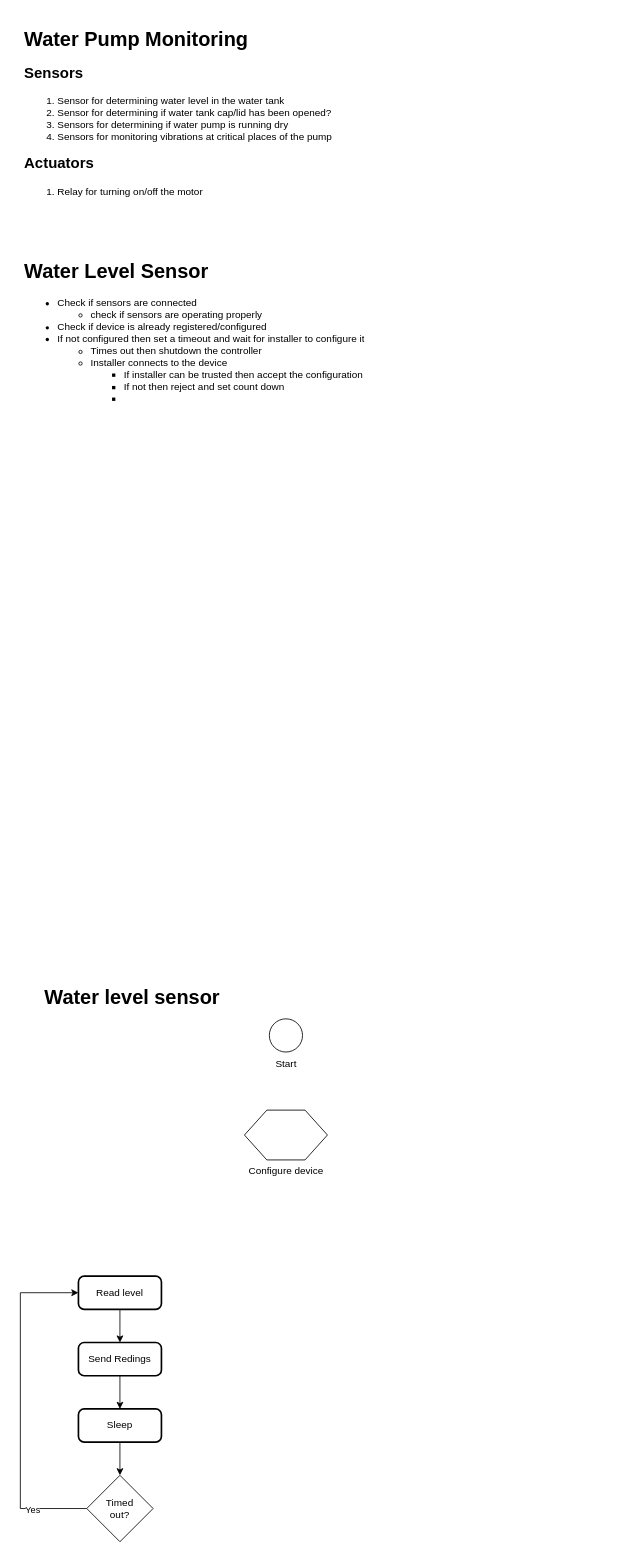
Earlier version of the draw.io diagram page "Overview" (1 of 2) of notes/WaterPumpMaintenance.drawio (aniruddhand/ciot-capstone). Source tidied: cells renumbered, new cells numbered last; positions are measured from the earlier drawing's top-left corner, leaving out a move shared by most shapes. Both pictures are drawn from the tidied source at 83%, with x=0, y=0 at pixel (20, 22).
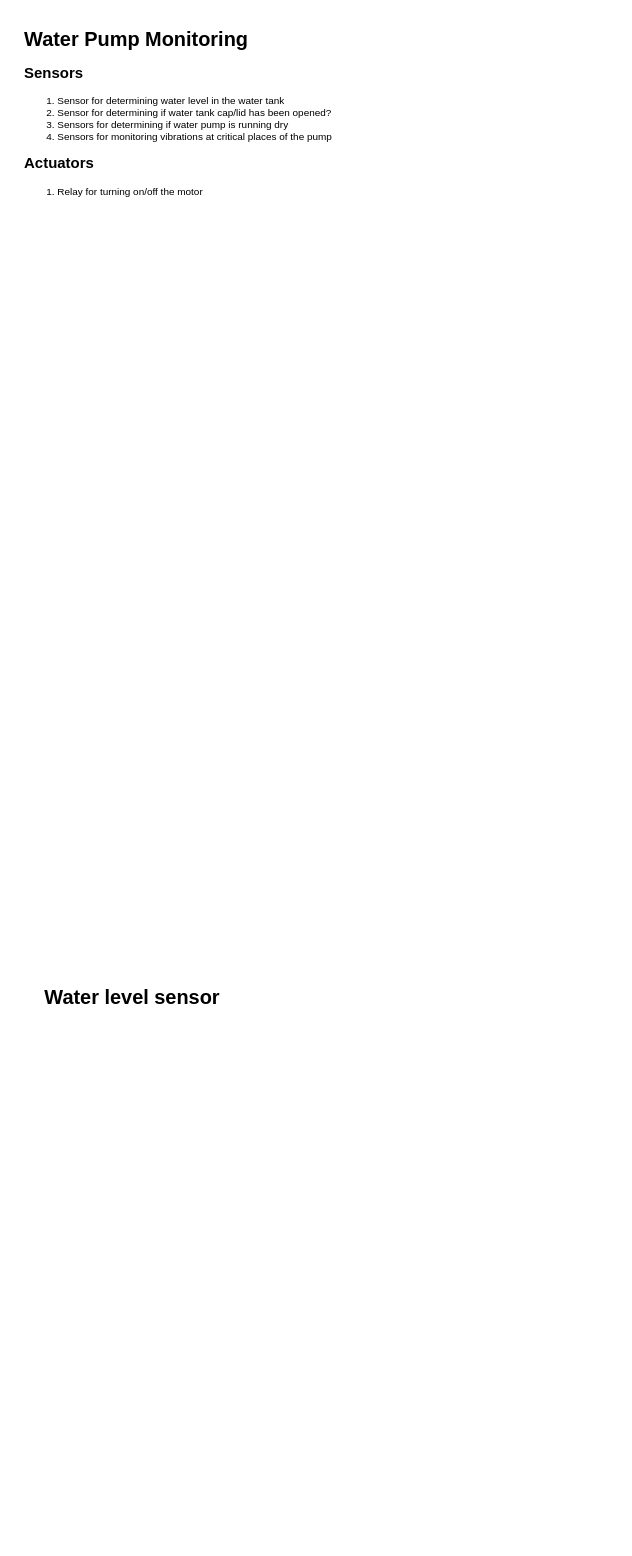
The same page after the edit.

The edit, as a diff of the source:
```diff
@@
 <mxGraphModel>
   <root>
     <mxCell id="0" />
     <mxCell id="1" parent="0" />
     <mxCell id="2" value="&lt;h1&gt;Water Pump Monitoring&lt;/h1&gt;&lt;div&gt;&lt;h2&gt;Sensors&lt;br&gt;&lt;/h2&gt;&lt;div&gt;&lt;ol&gt;&lt;li&gt;Sensor for determining water level in the water tank&lt;/li&gt;&lt;li&gt;Sensor for determining if water tank cap/lid has been opened?&lt;/li&gt;&lt;li&gt;Sensors for determining if water pump is running dry&lt;/li&gt;&lt;li&gt;Sensors for monitoring vibrations at critical places of the pump&lt;/li&gt;&lt;/ol&gt;&lt;div&gt;&lt;h2&gt;Actuators&lt;br&gt;&lt;/h2&gt;&lt;div&gt;&lt;ol&gt;&lt;li&gt;Relay for turning on/off the motor&lt;/li&gt;&lt;/ol&gt;&lt;/div&gt;&lt;/div&gt;&lt;/div&gt;&lt;/div&gt;" style="text;html=1;spacing=5;spacingTop=-20;whiteSpace=wrap;overflow=hidden;rounded=0;" parent="1" vertex="1">
       <mxGeometry width="530" height="230" as="geometry" />
     </mxCell>
-    <mxCell id="3" value="Start" style="verticalLabelPosition=bottom;verticalAlign=top;html=1;shape=mxgraph.flowchart.on-page_reference;" parent="1" vertex="1">
-      <mxGeometry x="300" y="1200" width="40" height="40" as="geometry" />
-    </mxCell>
     <mxCell id="4" value="&lt;h1&gt;Water level sensor&lt;/h1&gt;" style="text;html=1;strokeColor=none;fillColor=none;align=center;verticalAlign=middle;whiteSpace=wrap;rounded=0;" parent="1" vertex="1">
       <mxGeometry y="1160" width="270" height="30" as="geometry" />
     </mxCell>
-    <mxCell id="5" style="edgeStyle=orthogonalEdgeStyle;rounded=0;jettySize=auto;html=1;exitX=0.5;exitY=1;exitDx=0;exitDy=0;entryX=0.5;entryY=0;entryDx=0;entryDy=0;" parent="1" edge="1" source="6" target="8">
-      <mxGeometry relative="1" as="geometry" />
+    <mxCell id="5" style="edgeStyle=orthogonalEdgeStyle;rounded=0;orthogonalLoop=1;jettySize=auto;html=1;exitX=0.5;exitY=1;exitDx=0;exitDy=0;entryX=0.5;entryY=0;entryDx=0;entryDy=0;" parent="1" edge="1">
+      <mxGeometry relative="1" as="geometry">
+        <mxPoint x="120" y="1550" as="sourcePoint" />
+      </mxGeometry>
     </mxCell>
-    <mxCell id="6" value="Read level" style="rounded=1;whiteSpace=wrap;html=1;absoluteArcSize=1;arcSize=14;strokeWidth=2;" parent="1" vertex="1">
-      <mxGeometry x="70" y="1510" width="100" height="40" as="geometry" />
-    </mxCell>
-    <mxCell id="7" style="edgeStyle=orthogonalEdgeStyle;rounded=0;jettySize=auto;html=1;" parent="1" edge="1" source="8" target="12">
-      <mxGeometry relative="1" as="geometry" />
+    <mxCell id="7" style="edgeStyle=orthogonalEdgeStyle;rounded=0;orthogonalLoop=1;jettySize=auto;html=1;" parent="1" edge="1">
+      <mxGeometry relative="1" as="geometry">
+        <mxPoint x="120" y="1630" as="sourcePoint" />
+      </mxGeometry>
     </mxCell>
-    <mxCell id="8" value="Send Redings" style="rounded=1;whiteSpace=wrap;html=1;absoluteArcSize=1;arcSize=14;strokeWidth=2;" parent="1" vertex="1">
-      <mxGeometry x="70" y="1590" width="100" height="40" as="geometry" />
-    </mxCell>
-    <mxCell id="9" style="edgeStyle=orthogonalEdgeStyle;rounded=0;jettySize=auto;html=1;" parent="1" edge="1" source="12" target="13">
-      <mxGeometry relative="1" as="geometry" />
+    <mxCell id="9" style="edgeStyle=orthogonalEdgeStyle;rounded=0;orthogonalLoop=1;jettySize=auto;html=1;" parent="1" edge="1">
+      <mxGeometry relative="1" as="geometry">
+        <mxPoint x="120" y="1710" as="sourcePoint" />
+      </mxGeometry>
     </mxCell>
-    <mxCell id="10" style="edgeStyle=orthogonalEdgeStyle;rounded=0;jettySize=auto;html=1;exitX=0;exitY=0.5;exitDx=0;exitDy=0;entryX=0;entryY=0.5;entryDx=0;entryDy=0;" parent="1" edge="1" source="13" target="6">
-      <mxGeometry relative="1" as="geometry">
-        <Array as="points">
-          <mxPoint y="1790" />
-          <mxPoint y="1530" />
-        </Array>
-      </mxGeometry>
-    </mxCell>
-    <mxCell id="11" value="Yes" style="edgeLabel;html=1;align=center;verticalAlign=middle;" parent="10" vertex="1">
-      <mxGeometry x="-0.68" y="1" relative="1" as="geometry" />
-    </mxCell>
-    <mxCell id="12" value="Sleep" style="rounded=1;whiteSpace=wrap;html=1;absoluteArcSize=1;arcSize=14;strokeWidth=2;" parent="1" vertex="1">
-      <mxGeometry x="70" y="1670" width="100" height="40" as="geometry" />
-    </mxCell>
-    <mxCell id="13" value="&lt;div&gt;Timed&lt;/div&gt;&lt;div&gt;out?&lt;/div&gt;" style="rhombus;whiteSpace=wrap;html=1;" parent="1" vertex="1">
-      <mxGeometry x="80" y="1750" width="80" height="80" as="geometry" />
-    </mxCell>
-    <mxCell id="14" value="Configure device" style="verticalLabelPosition=bottom;verticalAlign=top;html=1;shape=hexagon;perimeter=hexagonPerimeter2;arcSize=6;size=0.27;" parent="1" vertex="1">
-      <mxGeometry x="270" y="1310" width="100" height="60" as="geometry" />
-    </mxCell>
-    <mxCell id="15" value="&lt;h1&gt;Water Level Sensor&lt;/h1&gt;&lt;ul&gt;&lt;li&gt;Check if sensors are connected&lt;span style=&quot;white-space: pre&quot;&gt;&lt;/span&gt;&lt;/li&gt;&lt;ul&gt;&lt;li&gt;&lt;span style=&quot;white-space: pre&quot;&gt;check if sensors are operating properly&lt;/span&gt;&lt;/li&gt;&lt;/ul&gt;&lt;li&gt;&lt;span style=&quot;white-space: pre&quot;&gt;Check if device is already registered/configured&lt;/span&gt;&lt;/li&gt;&lt;li&gt;&lt;span style=&quot;white-space: pre&quot;&gt;If not configured then set a timeout and wait for installer to configure it&lt;/span&gt;&lt;/li&gt;&lt;ul&gt;&lt;li&gt;&lt;span style=&quot;white-space: pre&quot;&gt;Times out then shutdown the controller&lt;/span&gt;&lt;/li&gt;&lt;li&gt;&lt;span style=&quot;white-space: pre&quot;&gt;Installer connects to the device&lt;/span&gt;&lt;/li&gt;&lt;ul&gt;&lt;li&gt;&lt;span style=&quot;white-space: pre&quot;&gt;If installer can be trusted then accept the configuration&lt;/span&gt;&lt;/li&gt;&lt;li&gt;&lt;span style=&quot;white-space: pre&quot;&gt;If not then reject and set count down&lt;/span&gt;&lt;/li&gt;&lt;li&gt;&lt;span style=&quot;white-space: pre&quot;&gt;&lt;br&gt;&lt;/span&gt;&lt;/li&gt;&lt;/ul&gt;&lt;/ul&gt;&lt;/ul&gt;" style="text;html=1;strokeColor=none;fillColor=none;spacing=5;spacingTop=-20;whiteSpace=wrap;overflow=hidden;rounded=0;" parent="1" vertex="1">
-      <mxGeometry y="280" width="720" height="320" as="geometry" />
-    </mxCell>
   </root>
 </mxGraphModel>
```
